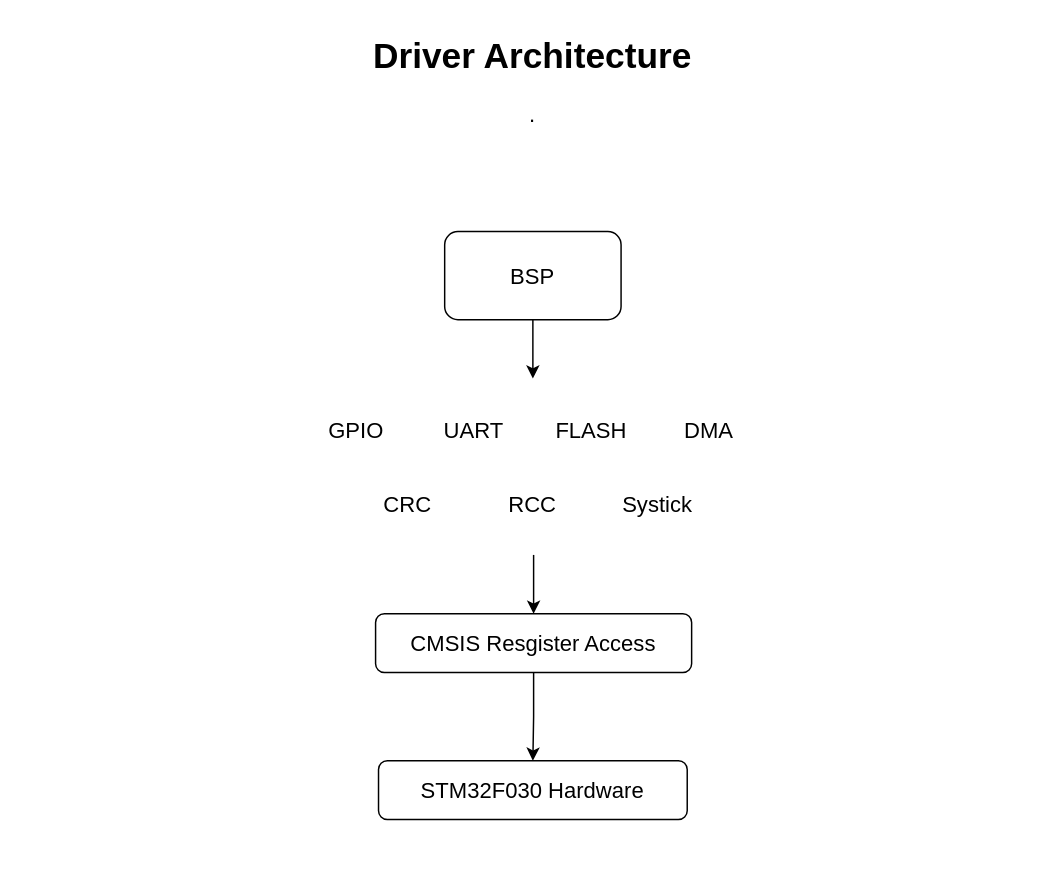
Before: page "05 - Driver Architecture" (5 of 8) of docs/Architecture.drawio in brajogopal/HEXBOOT_F0, a draw.io diagram. Source tidied: cells renumbered, new cells numbered last; positions are measured from the earlier drawing's top-left corner, leaving out a move shared by most shapes. Both pictures are drawn from the tidied source at 147%, with x=0, y=0 at pixel (25, 25).
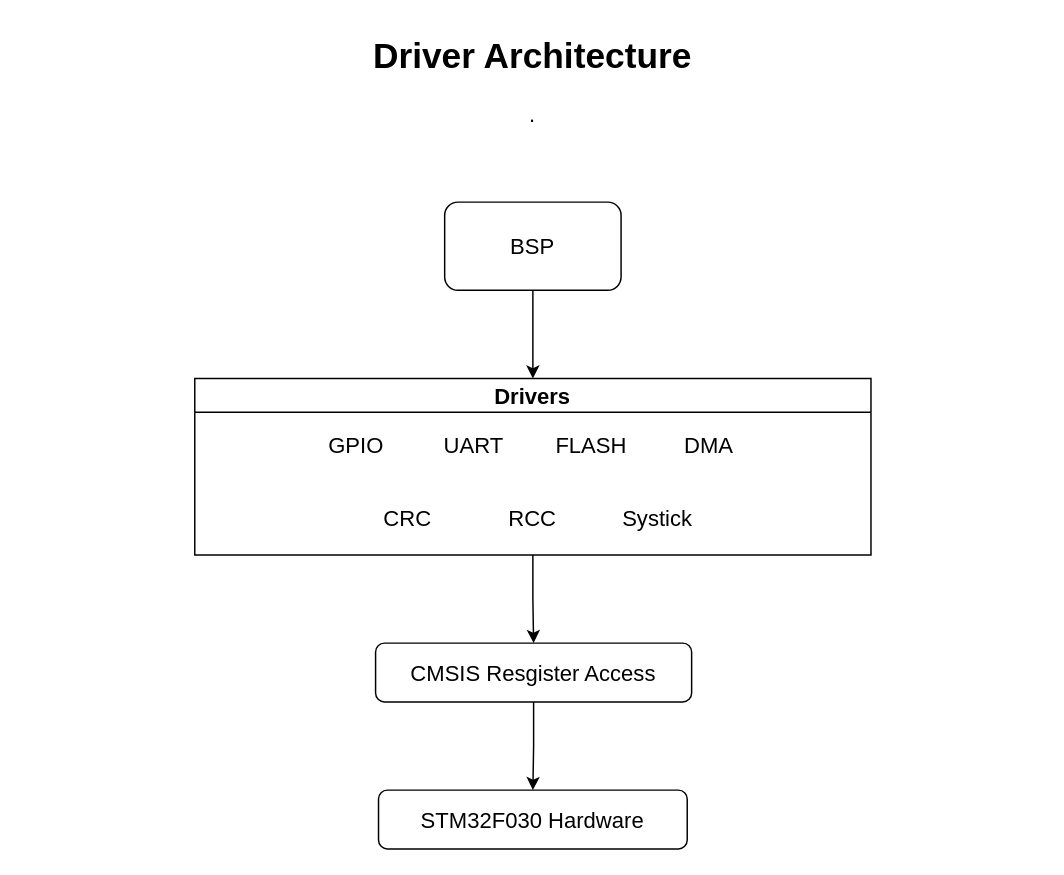
The same diagram, later.

Diff of the diagram source:
```diff
@@
 <mxGraphModel>
   <root>
     <mxCell id="0" />
     <mxCell id="1" parent="0" />
     <mxCell id="2" value="&lt;h1 style=&quot;margin-top: 0px;&quot;&gt;Driver Architecture&lt;/h1&gt;&lt;p&gt;&lt;font style=&quot;font-size: 15px;&quot;&gt;.&lt;/font&gt;&lt;/p&gt;" style="text;html=1;whiteSpace=wrap;overflow=hidden;rounded=0;align=center;" parent="1" vertex="1">
       <mxGeometry width="690" height="90" as="geometry" />
     </mxCell>
-    <mxCell id="3" style="edgeStyle=orthogonalEdgeStyle;rounded=0;jettySize=auto;html=1;" parent="1" edge="1" source="4">
-      <mxGeometry relative="1" as="geometry">
-        <mxPoint x="345" y="240" as="targetPoint" />
-      </mxGeometry>
-    </mxCell>
+    <mxCell id="16" style="edgeStyle=orthogonalEdgeStyle;rounded=0;jettySize=auto;html=1;exitX=0.5;exitY=1;exitDx=0;exitDy=0;entryX=0.5;entryY=0;entryDx=0;entryDy=0;" parent="1" edge="1" source="4" target="18">
+      <mxGeometry relative="1" as="geometry" />
+    </mxCell>
     <mxCell id="4" value="&lt;font style=&quot;font-size: 15px;&quot;&gt;BSP&lt;/font&gt;" style="rounded=1;whiteSpace=wrap;html=1;" parent="1" vertex="1">
-      <mxGeometry x="285" y="140" width="120" height="60" as="geometry" />
+      <mxGeometry x="285" y="120" width="120" height="60" as="geometry" />
     </mxCell>
+    <mxCell id="13" style="edgeStyle=orthogonalEdgeStyle;rounded=0;jettySize=auto;html=1;" parent="1" edge="1" source="14" target="15">
+      <mxGeometry relative="1" as="geometry" />
+    </mxCell>
+    <mxCell id="14" value="&lt;font style=&quot;font-size: 15px;&quot;&gt;CMSIS Resgister Access&lt;/font&gt;" style="rounded=1;whiteSpace=wrap;html=1;" parent="1" vertex="1">
+      <mxGeometry x="238" y="420" width="215" height="40" as="geometry" />
+    </mxCell>
+    <mxCell id="15" value="&lt;font style=&quot;font-size: 15px;&quot;&gt;STM32F030 Hardware&lt;/font&gt;" style="rounded=1;whiteSpace=wrap;html=1;" parent="1" vertex="1">
+      <mxGeometry x="240" y="520" width="210" height="40" as="geometry" />
+    </mxCell>
+    <mxCell id="17" style="edgeStyle=orthogonalEdgeStyle;rounded=0;jettySize=auto;html=1;exitX=0.5;exitY=1;exitDx=0;exitDy=0;entryX=0.5;entryY=0;entryDx=0;entryDy=0;" parent="1" edge="1" source="18" target="14">
+      <mxGeometry relative="1" as="geometry" />
+    </mxCell>
+    <mxCell id="18" value="&lt;font style=&quot;font-size: 15px;&quot;&gt;Drivers&lt;/font&gt;" style="swimlane;whiteSpace=wrap;html=1;" parent="1" vertex="1">
+      <mxGeometry x="115" y="240" width="460" height="120" as="geometry" />
+    </mxCell>
-    <mxCell id="5" value="&lt;font style=&quot;font-size: 15px;&quot;&gt;GPIO&lt;/font&gt;" style="text;html=1;whiteSpace=wrap;strokeColor=none;fillColor=none;align=center;verticalAlign=middle;rounded=0;" parent="1" vertex="1">
-      <mxGeometry x="195" y="260" width="60" height="30" as="geometry" />
+    <mxCell id="5" value="&lt;font style=&quot;font-size: 15px;&quot;&gt;GPIO&lt;/font&gt;" style="text;html=1;whiteSpace=wrap;strokeColor=none;fillColor=none;align=center;verticalAlign=middle;rounded=0;" parent="18" vertex="1">
+      <mxGeometry x="80" y="30" width="60" height="30" as="geometry" />
     </mxCell>
-    <mxCell id="6" value="&lt;font style=&quot;font-size: 15px;&quot;&gt;UART&lt;/font&gt;" style="text;html=1;whiteSpace=wrap;strokeColor=none;fillColor=none;align=center;verticalAlign=middle;rounded=0;" parent="1" vertex="1">
-      <mxGeometry x="275" y="260" width="60" height="30" as="geometry" />
+    <mxCell id="6" value="&lt;font style=&quot;font-size: 15px;&quot;&gt;UART&lt;/font&gt;" style="text;html=1;whiteSpace=wrap;strokeColor=none;fillColor=none;align=center;verticalAlign=middle;rounded=0;" parent="18" vertex="1">
+      <mxGeometry x="160" y="30" width="60" height="30" as="geometry" />
     </mxCell>
-    <mxCell id="7" value="&lt;font style=&quot;font-size: 15px;&quot;&gt;FLASH&lt;/font&gt;" style="text;html=1;whiteSpace=wrap;strokeColor=none;fillColor=none;align=center;verticalAlign=middle;rounded=0;" parent="1" vertex="1">
-      <mxGeometry x="355" y="260" width="60" height="30" as="geometry" />
+    <mxCell id="7" value="&lt;font style=&quot;font-size: 15px;&quot;&gt;FLASH&lt;/font&gt;" style="text;html=1;whiteSpace=wrap;strokeColor=none;fillColor=none;align=center;verticalAlign=middle;rounded=0;" parent="18" vertex="1">
+      <mxGeometry x="240" y="30" width="60" height="30" as="geometry" />
     </mxCell>
-    <mxCell id="8" value="&lt;font style=&quot;font-size: 15px;&quot;&gt;DMA&lt;/font&gt;" style="text;html=1;whiteSpace=wrap;strokeColor=none;fillColor=none;align=center;verticalAlign=middle;rounded=0;" parent="1" vertex="1">
-      <mxGeometry x="435" y="260" width="60" height="30" as="geometry" />
+    <mxCell id="8" value="&lt;font style=&quot;font-size: 15px;&quot;&gt;DMA&lt;/font&gt;" style="text;html=1;whiteSpace=wrap;strokeColor=none;fillColor=none;align=center;verticalAlign=middle;rounded=0;" parent="18" vertex="1">
+      <mxGeometry x="320" y="30" width="60" height="30" as="geometry" />
     </mxCell>
-    <mxCell id="9" value="&lt;font style=&quot;font-size: 15px;&quot;&gt;CRC&lt;/font&gt;" style="text;html=1;whiteSpace=wrap;strokeColor=none;fillColor=none;align=center;verticalAlign=middle;rounded=0;" parent="1" vertex="1">
-      <mxGeometry x="230" y="310" width="60" height="30" as="geometry" />
+    <mxCell id="9" value="&lt;font style=&quot;font-size: 15px;&quot;&gt;CRC&lt;/font&gt;" style="text;html=1;whiteSpace=wrap;strokeColor=none;fillColor=none;align=center;verticalAlign=middle;rounded=0;" parent="18" vertex="1">
+      <mxGeometry x="115" y="80" width="60" height="30" as="geometry" />
     </mxCell>
-    <mxCell id="10" style="edgeStyle=orthogonalEdgeStyle;rounded=0;jettySize=auto;html=1;" parent="1" edge="1" target="14">
-      <mxGeometry relative="1" as="geometry">
-        <mxPoint x="345.5" y="360" as="sourcePoint" />
-        <Array as="points">
-          <mxPoint x="345.5" y="360" />
-        </Array>
-      </mxGeometry>
-    </mxCell>
-    <mxCell id="11" value="&lt;font style=&quot;font-size: 15px;&quot;&gt;RCC&lt;/font&gt;" style="text;html=1;whiteSpace=wrap;strokeColor=none;fillColor=none;align=center;verticalAlign=middle;rounded=0;" parent="1" vertex="1">
-      <mxGeometry x="315" y="310" width="60" height="30" as="geometry" />
+    <mxCell id="11" value="&lt;font style=&quot;font-size: 15px;&quot;&gt;RCC&lt;/font&gt;" style="text;html=1;whiteSpace=wrap;strokeColor=none;fillColor=none;align=center;verticalAlign=middle;rounded=0;" parent="18" vertex="1">
+      <mxGeometry x="200" y="80" width="60" height="30" as="geometry" />
     </mxCell>
-    <mxCell id="12" value="&lt;font style=&quot;font-size: 15px;&quot;&gt;Systick&lt;/font&gt;" style="text;html=1;whiteSpace=wrap;strokeColor=none;fillColor=none;align=center;verticalAlign=middle;rounded=0;" parent="1" vertex="1">
-      <mxGeometry x="400" y="310" width="60" height="30" as="geometry" />
+    <mxCell id="12" value="&lt;font style=&quot;font-size: 15px;&quot;&gt;Systick&lt;/font&gt;" style="text;html=1;whiteSpace=wrap;strokeColor=none;fillColor=none;align=center;verticalAlign=middle;rounded=0;" parent="18" vertex="1">
+      <mxGeometry x="285" y="80" width="60" height="30" as="geometry" />
     </mxCell>
-    <mxCell id="13" style="edgeStyle=orthogonalEdgeStyle;rounded=0;jettySize=auto;html=1;" parent="1" edge="1" source="14" target="15">
-      <mxGeometry relative="1" as="geometry" />
-    </mxCell>
-    <mxCell id="14" value="&lt;font style=&quot;font-size: 15px;&quot;&gt;CMSIS Resgister Access&lt;/font&gt;" style="rounded=1;whiteSpace=wrap;html=1;" parent="1" vertex="1">
-      <mxGeometry x="238" y="400" width="215" height="40" as="geometry" />
-    </mxCell>
-    <mxCell id="15" value="&lt;font style=&quot;font-size: 15px;&quot;&gt;STM32F030 Hardware&lt;/font&gt;" style="rounded=1;whiteSpace=wrap;html=1;" parent="1" vertex="1">
-      <mxGeometry x="240" y="500" width="210" height="40" as="geometry" />
-    </mxCell>
   </root>
 </mxGraphModel>
```
